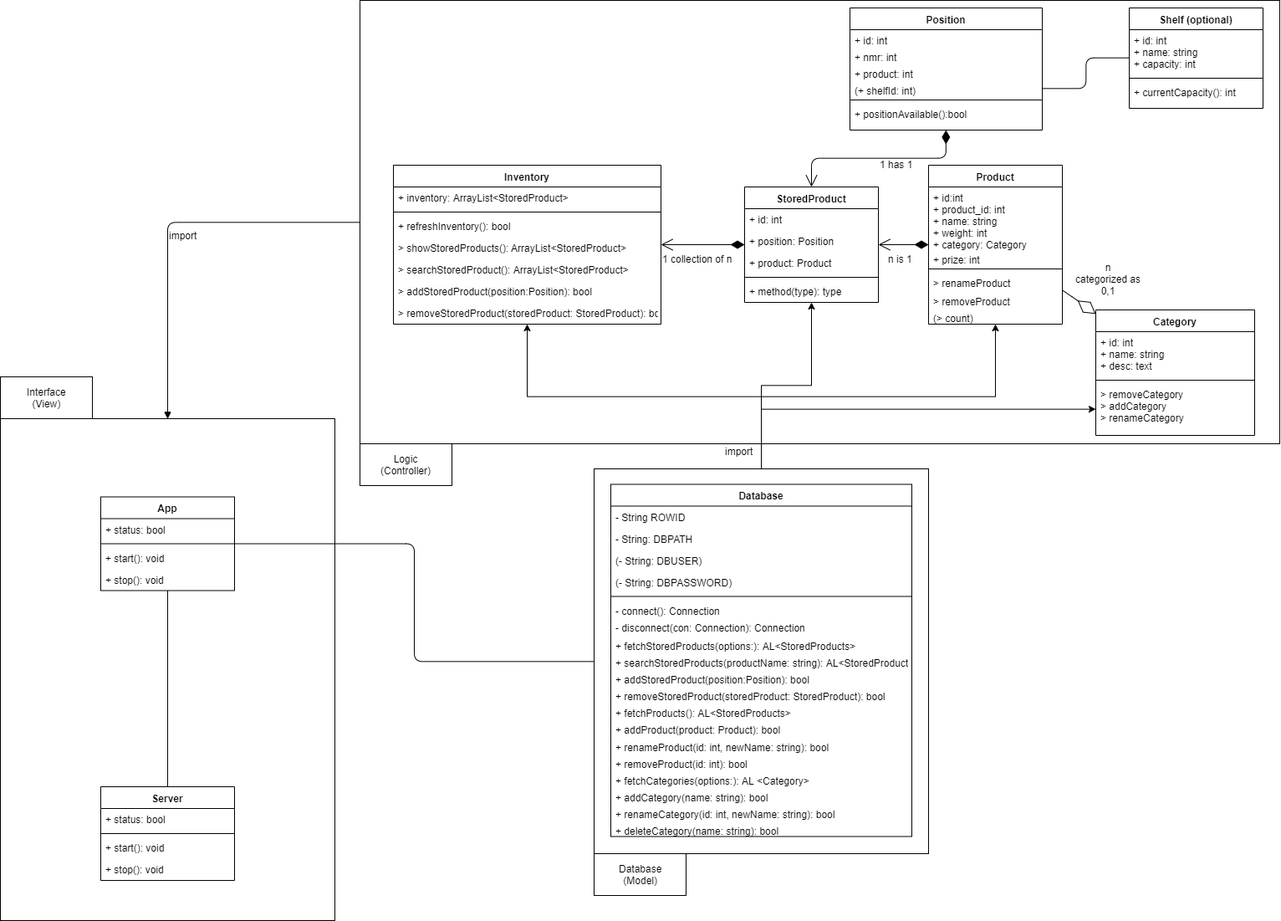
Earlier version of the draw.io export dev/models/UML Klassendiagram.png (callidaria/pen-testing). Source tidied: cells renumbered, new cells last; positions are measured from the earlier drawing's top-left corner, leaving out a move shared by most shapes.
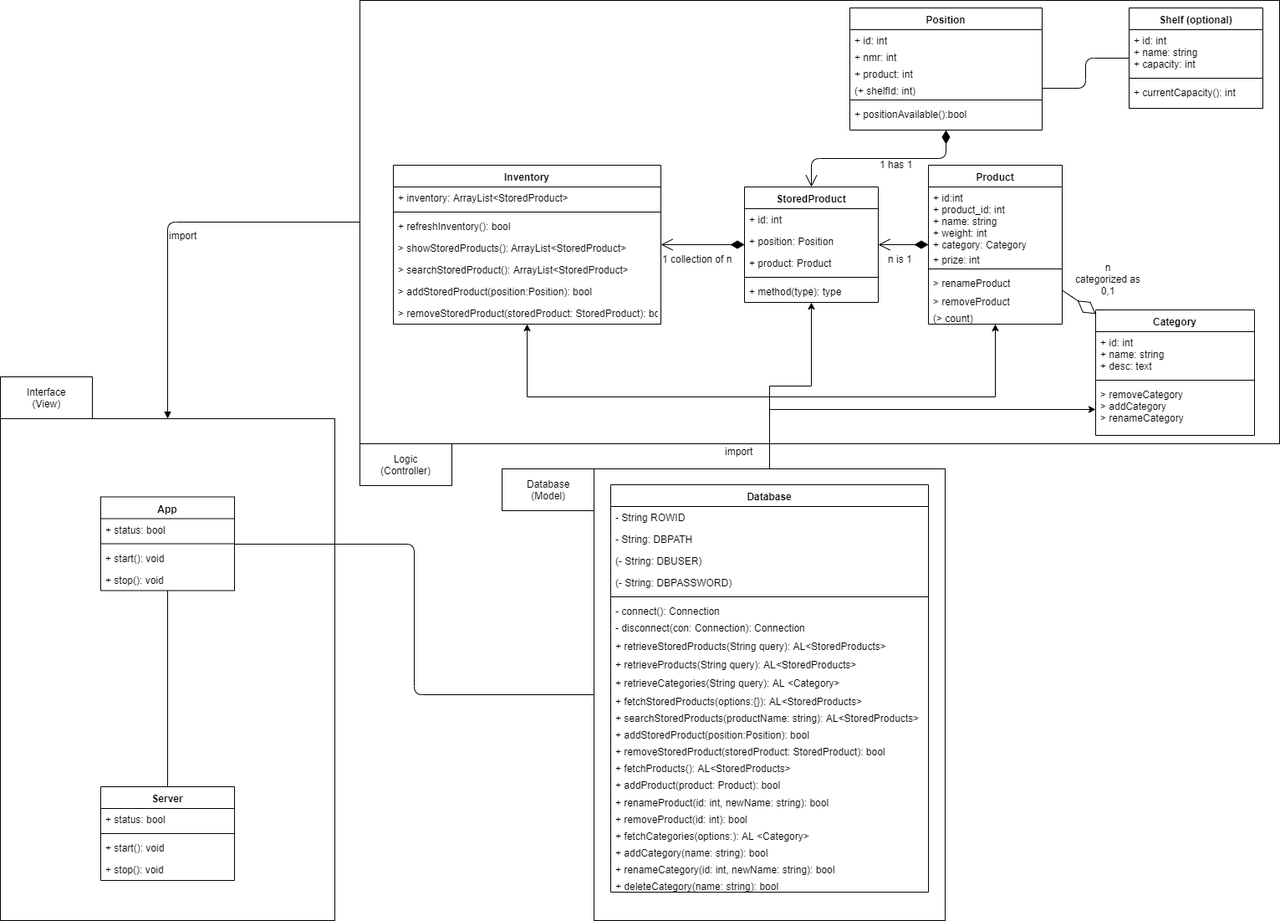
The same diagram one commit later.

Commit message:
renderd UML KD

Diff of the diagram source:
```diff
@@ -6,7 +6,7 @@
       <mxGeometry x="430" width="1100" height="530" as="geometry" />
     </mxCell>
     <mxCell id="3" style="rounded=0;whiteSpace=wrap;html=1;" parent="1" vertex="1">
-      <mxGeometry x="710" y="560" width="400" height="460" as="geometry" />
+      <mxGeometry x="710" y="560" width="420" height="540" as="geometry" />
     </mxCell>
     <mxCell id="4" style="rounded=0;whiteSpace=wrap;html=1;" parent="1" vertex="1">
       <mxGeometry y="500" width="400" height="600" as="geometry" />
@@ -84,64 +84,73 @@
       <mxGeometry relative="1" as="geometry" />
     </mxCell>
     <mxCell id="29" value="Database" style="swimlane;fontStyle=1;align=center;verticalAlign=top;horizontal=1;startSize=26;" parent="1" vertex="1">
-      <mxGeometry x="730" y="578.5" width="360" height="421" as="geometry" />
+      <mxGeometry x="730" y="579" width="380" height="487" as="geometry" />
     </mxCell>
     <mxCell id="30" value="- String ROWID&#10;&#9;&#10;&#9;String DBPATH = &quot;D:\\\\Projects\\\\Java Projects\\\\pen-testing\\\\sqlite\\\\db.pen_testing.db&quot;;&#10;&#9;&#10;&#9;String DBUSER = &quot;root&quot;;&#10;&#9;&#10;&#9;String DBPASSWORD = &quot;password&quot;;" style="text;strokeColor=none;fillColor=none;align=left;verticalAlign=top;spacingLeft=4;spacingRight=4;overflow=hidden;" parent="29" vertex="1">
-      <mxGeometry y="26" width="360" height="26" as="geometry" />
+      <mxGeometry y="26" width="380" height="26" as="geometry" />
     </mxCell>
     <mxCell id="31" value="- String: DBPATH" style="text;strokeColor=none;fillColor=none;align=left;verticalAlign=top;spacingLeft=4;spacingRight=4;overflow=hidden;" parent="29" vertex="1">
-      <mxGeometry y="52" width="360" height="26" as="geometry" />
+      <mxGeometry y="52" width="380" height="26" as="geometry" />
     </mxCell>
     <mxCell id="32" value="(- String: DBUSER)" style="text;strokeColor=none;fillColor=none;align=left;verticalAlign=top;spacingLeft=4;spacingRight=4;overflow=hidden;" parent="29" vertex="1">
-      <mxGeometry y="78" width="360" height="26" as="geometry" />
+      <mxGeometry y="78" width="380" height="26" as="geometry" />
     </mxCell>
     <mxCell id="33" value="(- String: DBPASSWORD)" style="text;strokeColor=none;fillColor=none;align=left;verticalAlign=top;spacingLeft=4;spacingRight=4;overflow=hidden;" parent="29" vertex="1">
-      <mxGeometry y="104" width="360" height="26" as="geometry" />
+      <mxGeometry y="104" width="380" height="26" as="geometry" />
     </mxCell>
     <mxCell id="34" style="line;strokeWidth=1;fillColor=none;align=left;verticalAlign=middle;spacingTop=-1;spacingLeft=3;spacingRight=3;labelPosition=right;" parent="29" vertex="1">
-      <mxGeometry y="130" width="360" height="8" as="geometry" />
+      <mxGeometry y="130" width="380" height="8" as="geometry" />
     </mxCell>
     <mxCell id="35" value="- connect(): Connection" style="text;strokeColor=none;fillColor=none;align=left;verticalAlign=top;spacingLeft=4;spacingRight=4;overflow=hidden;" parent="29" vertex="1">
-      <mxGeometry y="138" width="360" height="20" as="geometry" />
+      <mxGeometry y="138" width="380" height="20" as="geometry" />
     </mxCell>
     <mxCell id="36" value="- disconnect(con: Connection): Connection" style="text;strokeColor=none;fillColor=none;align=left;verticalAlign=top;spacingLeft=4;spacingRight=4;overflow=hidden;" parent="29" vertex="1">
-      <mxGeometry y="158" width="360" height="22" as="geometry" />
+      <mxGeometry y="158" width="380" height="22" as="geometry" />
     </mxCell>
+    <mxCell id="93" value="+ retrieveStoredProducts(String query): AL&lt;StoredProducts&gt;" style="text;strokeColor=none;fillColor=none;align=left;verticalAlign=top;spacingLeft=4;spacingRight=4;overflow=hidden;" parent="29" vertex="1">
+      <mxGeometry y="180" width="380" height="22" as="geometry" />
+    </mxCell>
+    <mxCell id="94" value="+ retrieveProducts(String query): AL&lt;StoredProducts&gt;" style="text;strokeColor=none;fillColor=none;align=left;verticalAlign=top;spacingLeft=4;spacingRight=4;overflow=hidden;" parent="29" vertex="1">
+      <mxGeometry y="202" width="380" height="22" as="geometry" />
+    </mxCell>
+    <mxCell id="95" value="+ retrieveCategories(String query): AL &lt;Category&gt;" style="text;strokeColor=none;fillColor=none;align=left;verticalAlign=top;spacingLeft=4;spacingRight=4;overflow=hidden;" parent="29" vertex="1">
+      <mxGeometry y="224" width="380" height="22" as="geometry" />
+    </mxCell>
-    <mxCell id="37" value="+ fetchStoredProducts(options:): AL&lt;StoredProducts&gt;" style="text;strokeColor=none;fillColor=none;align=left;verticalAlign=top;spacingLeft=4;spacingRight=4;overflow=hidden;" parent="29" vertex="1">
-      <mxGeometry y="180" width="360" height="20" as="geometry" />
+    <mxCell id="37" value="+ fetchStoredProducts(options:{}): AL&lt;StoredProducts&gt;" style="text;strokeColor=none;fillColor=none;align=left;verticalAlign=top;spacingLeft=4;spacingRight=4;overflow=hidden;" parent="29" vertex="1">
+      <mxGeometry y="246" width="380" height="20" as="geometry" />
     </mxCell>
     <mxCell id="38" value="+ searchStoredProducts(productName: string): AL&lt;StoredProducts&gt;" style="text;strokeColor=none;fillColor=none;align=left;verticalAlign=top;spacingLeft=4;spacingRight=4;overflow=hidden;" parent="29" vertex="1">
-      <mxGeometry y="200" width="360" height="20" as="geometry" />
+      <mxGeometry y="266" width="380" height="20" as="geometry" />
     </mxCell>
     <mxCell id="39" value="+ addStoredProduct(position:Position): bool" style="text;strokeColor=none;fillColor=none;align=left;verticalAlign=top;spacingLeft=4;spacingRight=4;overflow=hidden;" parent="29" vertex="1">
-      <mxGeometry y="220" width="360" height="20" as="geometry" />
+      <mxGeometry y="286" width="380" height="20" as="geometry" />
     </mxCell>
     <mxCell id="40" value="+ removeStoredProduct(storedProduct: StoredProduct): bool" style="text;strokeColor=none;fillColor=none;align=left;verticalAlign=top;spacingLeft=4;spacingRight=4;overflow=hidden;" parent="29" vertex="1">
-      <mxGeometry y="240" width="360" height="20" as="geometry" />
+      <mxGeometry y="306" width="380" height="20" as="geometry" />
     </mxCell>
     <mxCell id="41" value="+ fetchProducts(): AL&lt;StoredProducts&gt;" style="text;strokeColor=none;fillColor=none;align=left;verticalAlign=top;spacingLeft=4;spacingRight=4;overflow=hidden;" parent="29" vertex="1">
-      <mxGeometry y="260" width="360" height="20" as="geometry" />
+      <mxGeometry y="326" width="380" height="20" as="geometry" />
     </mxCell>
     <mxCell id="42" value="+ addProduct(product: Product): bool" style="text;strokeColor=none;fillColor=none;align=left;verticalAlign=top;spacingLeft=4;spacingRight=4;overflow=hidden;" parent="29" vertex="1">
-      <mxGeometry y="280" width="360" height="21" as="geometry" />
+      <mxGeometry y="346" width="380" height="21" as="geometry" />
     </mxCell>
     <mxCell id="43" value="+ renameProduct(id: int, newName: string): bool" style="text;strokeColor=none;fillColor=none;align=left;verticalAlign=top;spacingLeft=4;spacingRight=4;overflow=hidden;" parent="29" vertex="1">
-      <mxGeometry y="301" width="360" height="20" as="geometry" />
+      <mxGeometry y="367" width="380" height="20" as="geometry" />
     </mxCell>
     <mxCell id="44" value="+ removeProduct(id: int): bool" style="text;strokeColor=none;fillColor=none;align=left;verticalAlign=top;spacingLeft=4;spacingRight=4;overflow=hidden;" parent="29" vertex="1">
-      <mxGeometry y="321" width="360" height="20" as="geometry" />
+      <mxGeometry y="387" width="380" height="20" as="geometry" />
     </mxCell>
     <mxCell id="45" value="+ fetchCategories(options:): AL &lt;Category&gt;" style="text;strokeColor=none;fillColor=none;align=left;verticalAlign=top;spacingLeft=4;spacingRight=4;overflow=hidden;" parent="29" vertex="1">
-      <mxGeometry y="341" width="360" height="20" as="geometry" />
+      <mxGeometry y="407" width="380" height="20" as="geometry" />
     </mxCell>
     <mxCell id="46" value="+ addCategory(name: string): bool" style="text;strokeColor=none;fillColor=none;align=left;verticalAlign=top;spacingLeft=4;spacingRight=4;overflow=hidden;" parent="29" vertex="1">
-      <mxGeometry y="361" width="360" height="20" as="geometry" />
+      <mxGeometry y="427" width="380" height="20" as="geometry" />
     </mxCell>
     <mxCell id="47" value="+ renameCategory(id: int, newName: string): bool" style="text;strokeColor=none;fillColor=none;align=left;verticalAlign=top;spacingLeft=4;spacingRight=4;overflow=hidden;" parent="29" vertex="1">
-      <mxGeometry y="381" width="360" height="20" as="geometry" />
+      <mxGeometry y="447" width="380" height="20" as="geometry" />
     </mxCell>
     <mxCell id="48" value="+ deleteCategory(name: string): bool" style="text;strokeColor=none;fillColor=none;align=left;verticalAlign=top;spacingLeft=4;spacingRight=4;overflow=hidden;" parent="29" vertex="1">
-      <mxGeometry y="401" width="360" height="20" as="geometry" />
+      <mxGeometry y="467" width="380" height="20" as="geometry" />
     </mxCell>
     <mxCell id="49" style="endArrow=none;html=1;edgeStyle=orthogonalEdgeStyle;" parent="1" edge="1" source="5" target="13">
       <mxGeometry relative="1" as="geometry" />
@@ -268,7 +277,7 @@
       <mxGeometry y="450" width="110" height="50" as="geometry" />
     </mxCell>
     <mxCell id="87" value="Database&lt;br&gt;(Model)" style="html=1;" parent="1" vertex="1">
-      <mxGeometry x="710" y="1020" width="110" height="50" as="geometry" />
+      <mxGeometry x="600" y="560" width="110" height="50" as="geometry" />
     </mxCell>
     <mxCell id="88" value="Logic&lt;br&gt;(Controller)" style="html=1;" parent="1" vertex="1">
       <mxGeometry x="430" y="530" width="110" height="50" as="geometry" />
```
